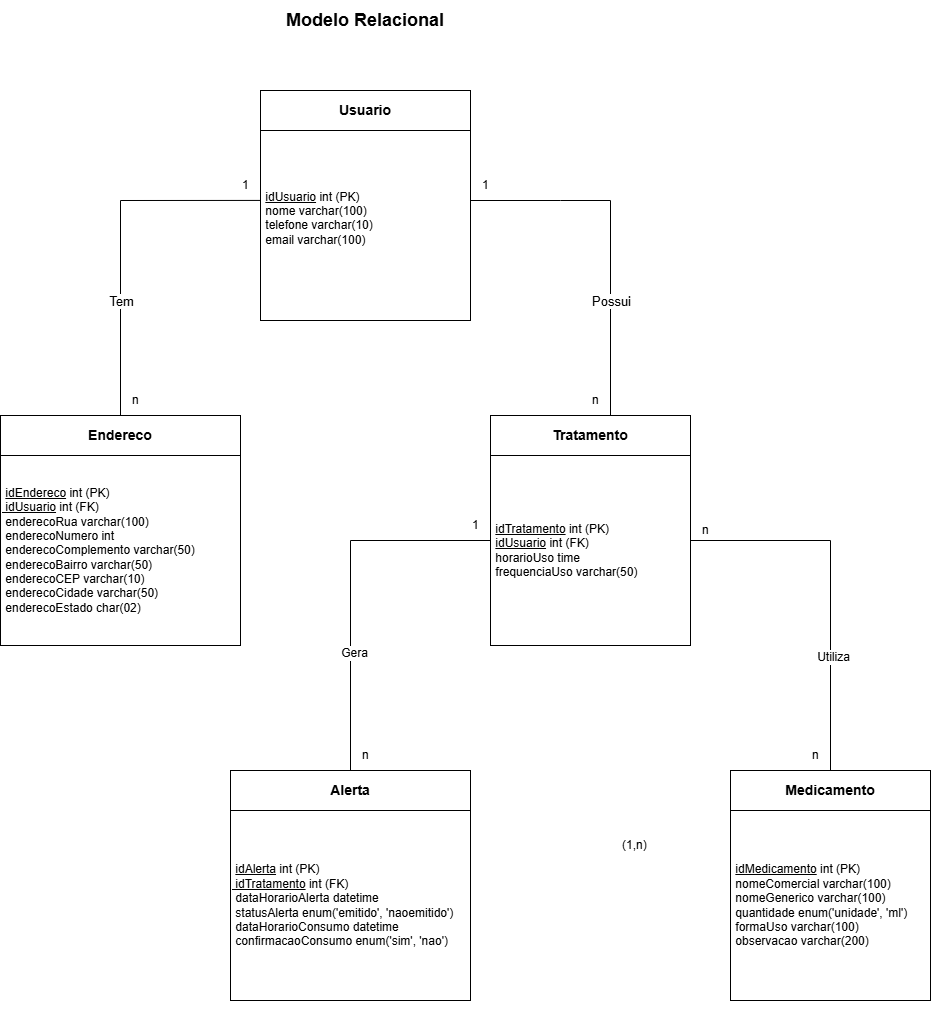
Above: docs/project/diagrams/MR - MedAlerta.png in m9rin/bootcamp_uninter_time5 (draw.io), before the change. Source tidied: cells renumbered, new cells last; positions are measured from the earlier drawing's top-left corner, leaving out a move shared by most shapes. Its diagram source:
```xml
<mxGraphModel>
  <root>
    <mxCell id="0" />
    <mxCell id="1" parent="0" />
    <mxCell id="2" value="&lt;b&gt;&lt;font style=&quot;font-size: 18px;&quot;&gt;Modelo Relacional&lt;/font&gt;&lt;/b&gt;" style="text;html=1;whiteSpace=wrap;strokeColor=none;fillColor=none;align=center;verticalAlign=middle;rounded=0;" parent="1" vertex="1">
      <mxGeometry x="270" width="190" height="40" as="geometry" />
    </mxCell>
    <mxCell id="3" value="&lt;b&gt;&lt;font style=&quot;font-size: 14px;&quot;&gt;Usuario&lt;/font&gt;&lt;/b&gt;" style="rounded=0;whiteSpace=wrap;html=1;" parent="1" vertex="1">
      <mxGeometry x="260" y="90" width="210" height="40" as="geometry" />
    </mxCell>
    <mxCell id="4" value="&lt;span style=&quot;background-color: transparent; color: light-dark(rgb(0, 0, 0), rgb(255, 255, 255));&quot;&gt;&lt;b style=&quot;&quot;&gt;&amp;nbsp;&lt;/b&gt;&lt;u&gt;idUsuario&lt;/u&gt; int (PK)&lt;/span&gt;&lt;br&gt;&lt;span style=&quot;background-color: transparent; color: light-dark(rgb(0, 0, 0), rgb(255, 255, 255));&quot;&gt;&amp;nbsp;nome varchar(100)&lt;/span&gt;&lt;br&gt;&lt;span style=&quot;background-color: transparent; color: light-dark(rgb(0, 0, 0), rgb(255, 255, 255));&quot;&gt;&amp;nbsp;telefone varchar(10)&lt;/span&gt;&lt;br&gt;&lt;span style=&quot;background-color: transparent; color: light-dark(rgb(0, 0, 0), rgb(255, 255, 255));&quot;&gt;&amp;nbsp;email varchar(100)&lt;/span&gt;&lt;br&gt;&lt;span style=&quot;background-color: transparent; color: light-dark(rgb(0, 0, 0), rgb(255, 255, 255));&quot;&gt;&amp;nbsp;&lt;/span&gt;" style="rounded=0;whiteSpace=wrap;html=1;align=left;" parent="1" vertex="1">
      <mxGeometry x="260" y="130" width="210" height="190" as="geometry" />
    </mxCell>
    <mxCell id="5" value="&lt;b&gt;&lt;font style=&quot;font-size: 14px;&quot;&gt;Medicamento&lt;/font&gt;&lt;/b&gt;" style="rounded=0;whiteSpace=wrap;html=1;" parent="1" vertex="1">
      <mxGeometry x="730" y="770" width="200" height="40" as="geometry" />
    </mxCell>
    <mxCell id="6" value="&amp;nbsp;&lt;u&gt;idMedicamento&lt;/u&gt;&amp;nbsp;int (PK)&lt;div&gt;&amp;nbsp;nomeComercial varchar(100)&lt;/div&gt;&lt;div&gt;&amp;nbsp;nomeGenerico varchar(100)&lt;/div&gt;&lt;div&gt;&amp;nbsp;quantidade enum('unidade', 'ml')&lt;/div&gt;&lt;div&gt;&amp;nbsp;formaUso varchar(100)&lt;/div&gt;&lt;div&gt;&amp;nbsp;observacao varchar(200)&lt;/div&gt;" style="rounded=0;whiteSpace=wrap;html=1;align=left;" parent="1" vertex="1">
      <mxGeometry x="730" y="810" width="200" height="190" as="geometry" />
    </mxCell>
    <mxCell id="7" style="edgeStyle=orthogonalEdgeStyle;rounded=0;jettySize=auto;html=1;entryX=0.5;entryY=0;entryDx=0;entryDy=0;" parent="1" edge="1" source="8" target="9">
      <mxGeometry relative="1" as="geometry" />
    </mxCell>
    <mxCell id="8" value="&lt;b&gt;&lt;font style=&quot;font-size: 14px;&quot;&gt;Endereco&lt;/font&gt;&lt;/b&gt;" style="rounded=0;whiteSpace=wrap;html=1;" parent="1" vertex="1">
      <mxGeometry y="415" width="240" height="40" as="geometry" />
    </mxCell>
    <mxCell id="9" value="&amp;nbsp;&lt;u&gt;idEndereco&lt;/u&gt;&amp;nbsp;int (PK)&lt;div&gt;&lt;u&gt;&amp;nbsp;idUsuario&lt;/u&gt;&amp;nbsp;int (FK)&lt;br&gt;&lt;div&gt;&amp;nbsp;&lt;span style=&quot;background-color: transparent; color: light-dark(rgb(0, 0, 0), rgb(255, 255, 255));&quot;&gt;enderecoRua varchar(100)&lt;/span&gt;&lt;br&gt;&lt;/div&gt;&lt;span style=&quot;color: light-dark(rgb(0, 0, 0), rgb(255, 255, 255)); background-color: transparent;&quot;&gt;&amp;nbsp;enderecoNumero int&lt;/span&gt;&lt;br&gt;&lt;span style=&quot;color: light-dark(rgb(0, 0, 0), rgb(255, 255, 255)); background-color: transparent;&quot;&gt;&amp;nbsp;enderecoComplemento varchar(50)&lt;/span&gt;&lt;br&gt;&lt;span style=&quot;color: light-dark(rgb(0, 0, 0), rgb(255, 255, 255)); background-color: transparent;&quot;&gt;&amp;nbsp;enderecoBairro varchar(50)&lt;/span&gt;&lt;br&gt;&lt;span style=&quot;color: light-dark(rgb(0, 0, 0), rgb(255, 255, 255)); background-color: transparent;&quot;&gt;&amp;nbsp;enderecoCEP varchar(10)&lt;/span&gt;&lt;br&gt;&lt;span style=&quot;color: light-dark(rgb(0, 0, 0), rgb(255, 255, 255)); background-color: transparent;&quot;&gt;&amp;nbsp;enderecoCidade varchar(50)&lt;/span&gt;&lt;br&gt;&lt;div&gt;&amp;nbsp;enderecoEstado char(02)&lt;/div&gt;&lt;/div&gt;" style="rounded=0;whiteSpace=wrap;html=1;align=left;" parent="1" vertex="1">
      <mxGeometry y="455" width="240" height="190" as="geometry" />
    </mxCell>
    <mxCell id="10" value="n" style="text;html=1;whiteSpace=wrap;strokeColor=none;fillColor=none;align=left;verticalAlign=middle;rounded=0;" parent="1" vertex="1">
      <mxGeometry x="590" y="385" width="60" height="30" as="geometry" />
    </mxCell>
    <mxCell id="11" value="1" style="text;html=1;whiteSpace=wrap;strokeColor=none;fillColor=none;align=left;verticalAlign=middle;rounded=0;" parent="1" vertex="1">
      <mxGeometry x="470" y="510" width="60" height="30" as="geometry" />
    </mxCell>
    <mxCell id="12" value="&lt;b&gt;&lt;font style=&quot;font-size: 14px;&quot;&gt;Alerta&lt;/font&gt;&lt;/b&gt;" style="rounded=0;whiteSpace=wrap;html=1;" parent="1" vertex="1">
      <mxGeometry x="230" y="770" width="240" height="40" as="geometry" />
    </mxCell>
    <mxCell id="13" value="&amp;nbsp;&lt;u&gt;idAlerta&lt;/u&gt;&amp;nbsp;int (PK)&lt;div&gt;&lt;u&gt;&amp;nbsp;idTratamento&lt;/u&gt;&amp;nbsp;int (FK)&lt;br&gt;&lt;div&gt;&amp;nbsp;&lt;span style=&quot;background-color: transparent; color: light-dark(rgb(0, 0, 0), rgb(255, 255, 255));&quot;&gt;dataHorarioAlerta datetime&lt;/span&gt;&lt;/div&gt;&lt;/div&gt;&lt;div&gt;&amp;nbsp;statusAlerta enum('emitido', 'naoemitido')&lt;/div&gt;&lt;div&gt;&amp;nbsp;dataHorarioConsumo datetime&lt;/div&gt;&lt;div&gt;&amp;nbsp;confirmacaoConsumo enum('sim', 'nao')&lt;/div&gt;" style="rounded=0;whiteSpace=wrap;html=1;align=left;" parent="1" vertex="1">
      <mxGeometry x="230" y="810" width="240" height="190" as="geometry" />
    </mxCell>
    <mxCell id="14" value="(1,n)" style="text;html=1;whiteSpace=wrap;strokeColor=none;fillColor=none;align=left;verticalAlign=middle;rounded=0;" parent="1" vertex="1">
      <mxGeometry x="620" y="830" width="60" height="30" as="geometry" />
    </mxCell>
    <mxCell id="15" style="endArrow=none;html=1;rounded=0;" parent="1" edge="1">
      <mxGeometry relative="1" as="geometry">
        <mxPoint x="120" y="415" as="sourcePoint" />
        <mxPoint x="120" y="200" as="targetPoint" />
      </mxGeometry>
    </mxCell>
    <mxCell id="16" value="Tem" style="edgeLabel;html=1;align=center;verticalAlign=middle;fontSize=13;" parent="15" vertex="1">
      <mxGeometry x="0.53" y="1" relative="1" as="geometry">
        <mxPoint x="1" y="49" as="offset" />
      </mxGeometry>
    </mxCell>
    <mxCell id="17" style="endArrow=none;html=1;rounded=0;entryX=0;entryY=0.368;entryDx=0;entryDy=0;entryPerimeter=0;" parent="1" edge="1" target="4">
      <mxGeometry relative="1" as="geometry">
        <mxPoint x="120" y="200" as="sourcePoint" />
        <Array as="points">
          <mxPoint x="120" y="200" />
        </Array>
      </mxGeometry>
    </mxCell>
    <mxCell id="18" value="&lt;b&gt;&lt;font style=&quot;font-size: 14px;&quot;&gt;Tratamento&lt;/font&gt;&lt;/b&gt;" style="rounded=0;whiteSpace=wrap;html=1;" parent="1" vertex="1">
      <mxGeometry x="490" y="415" width="200" height="40" as="geometry" />
    </mxCell>
    <mxCell id="19" value="&amp;nbsp;&lt;u&gt;idTratamento&lt;/u&gt;&amp;nbsp;int (PK)&lt;div&gt;&amp;nbsp;&lt;u&gt;idUsuario&lt;/u&gt;&amp;nbsp;int (FK)&lt;br&gt;&lt;div&gt;&amp;nbsp;&lt;span style=&quot;background-color: transparent; color: light-dark(rgb(0, 0, 0), rgb(255, 255, 255));&quot;&gt;horarioUso time&lt;/span&gt;&lt;/div&gt;&lt;div&gt;&amp;nbsp;frequenciaUso varchar(50)&lt;/div&gt;&lt;/div&gt;" style="rounded=0;whiteSpace=wrap;html=1;align=left;" parent="1" vertex="1">
      <mxGeometry x="490" y="455" width="200" height="190" as="geometry" />
    </mxCell>
    <mxCell id="20" style="endArrow=none;html=1;rounded=0;entryX=0;entryY=0.368;entryDx=0;entryDy=0;entryPerimeter=0;" parent="1" edge="1">
      <mxGeometry relative="1" as="geometry">
        <mxPoint x="470" y="200" as="sourcePoint" />
        <mxPoint x="610" y="200" as="targetPoint" />
        <Array as="points">
          <mxPoint x="470" y="200" />
          <mxPoint x="560" y="200" />
        </Array>
      </mxGeometry>
    </mxCell>
    <mxCell id="21" style="endArrow=none;html=1;rounded=0;" parent="1" edge="1">
      <mxGeometry relative="1" as="geometry">
        <mxPoint x="610" y="415" as="sourcePoint" />
        <mxPoint x="610" y="200" as="targetPoint" />
      </mxGeometry>
    </mxCell>
    <mxCell id="22" value="Possui" style="edgeLabel;html=1;align=center;verticalAlign=middle;fontSize=13;" parent="21" vertex="1">
      <mxGeometry x="0.53" y="1" relative="1" as="geometry">
        <mxPoint x="1" y="49" as="offset" />
      </mxGeometry>
    </mxCell>
    <mxCell id="23" style="endArrow=none;html=1;rounded=0;" parent="1" edge="1">
      <mxGeometry relative="1" as="geometry">
        <mxPoint x="350" y="770" as="sourcePoint" />
        <mxPoint x="350" y="540" as="targetPoint" />
      </mxGeometry>
    </mxCell>
    <mxCell id="24" value="&lt;font style=&quot;font-size: 12px;&quot;&gt;Gera&lt;/font&gt;" style="edgeLabel;html=1;align=center;verticalAlign=middle;" parent="23" vertex="1">
      <mxGeometry x="0.02" y="-3" relative="1" as="geometry" />
    </mxCell>
    <mxCell id="25" style="endArrow=none;html=1;rounded=0;entryX=0;entryY=0.368;entryDx=0;entryDy=0;entryPerimeter=0;" parent="1" edge="1">
      <mxGeometry relative="1" as="geometry">
        <mxPoint x="350" y="540" as="sourcePoint" />
        <mxPoint x="490" y="540" as="targetPoint" />
        <Array as="points">
          <mxPoint x="350" y="540" />
        </Array>
      </mxGeometry>
    </mxCell>
    <mxCell id="26" style="endArrow=none;html=1;rounded=0;entryX=0;entryY=0.368;entryDx=0;entryDy=0;entryPerimeter=0;" parent="1" edge="1">
      <mxGeometry relative="1" as="geometry">
        <mxPoint x="690" y="540" as="sourcePoint" />
        <mxPoint x="830" y="540" as="targetPoint" />
        <Array as="points">
          <mxPoint x="690" y="540" />
        </Array>
      </mxGeometry>
    </mxCell>
    <mxCell id="27" style="endArrow=none;html=1;rounded=0;" parent="1" edge="1">
      <mxGeometry relative="1" as="geometry">
        <mxPoint x="830" y="770" as="sourcePoint" />
        <mxPoint x="830" y="540" as="targetPoint" />
      </mxGeometry>
    </mxCell>
    <mxCell id="28" value="&lt;font style=&quot;font-size: 12px;&quot;&gt;Utiliza&lt;/font&gt;" style="edgeLabel;html=1;align=center;verticalAlign=middle;" parent="27" vertex="1">
      <mxGeometry x="-0.01" y="-2" relative="1" as="geometry" />
    </mxCell>
    <mxCell id="29" value="1" style="text;html=1;whiteSpace=wrap;strokeColor=none;fillColor=none;align=left;verticalAlign=middle;rounded=0;" parent="1" vertex="1">
      <mxGeometry x="240" y="170" width="60" height="30" as="geometry" />
    </mxCell>
    <mxCell id="30" value="n" style="text;html=1;whiteSpace=wrap;strokeColor=none;fillColor=none;align=left;verticalAlign=middle;rounded=0;" parent="1" vertex="1">
      <mxGeometry x="130" y="385" width="60" height="30" as="geometry" />
    </mxCell>
    <mxCell id="31" value="1" style="text;html=1;whiteSpace=wrap;strokeColor=none;fillColor=none;align=left;verticalAlign=middle;rounded=0;" parent="1" vertex="1">
      <mxGeometry x="480" y="170" width="60" height="30" as="geometry" />
    </mxCell>
    <mxCell id="32" value="n" style="text;html=1;whiteSpace=wrap;strokeColor=none;fillColor=none;align=left;verticalAlign=middle;rounded=0;" parent="1" vertex="1">
      <mxGeometry x="360" y="740" width="60" height="30" as="geometry" />
    </mxCell>
    <mxCell id="33" value="n" style="text;html=1;whiteSpace=wrap;strokeColor=none;fillColor=none;align=left;verticalAlign=middle;rounded=0;" parent="1" vertex="1">
      <mxGeometry x="700" y="515" width="60" height="30" as="geometry" />
    </mxCell>
    <mxCell id="34" value="n" style="text;html=1;whiteSpace=wrap;strokeColor=none;fillColor=none;align=left;verticalAlign=middle;rounded=0;" parent="1" vertex="1">
      <mxGeometry x="810" y="740" width="60" height="30" as="geometry" />
    </mxCell>
  </root>
</mxGraphModel>
```
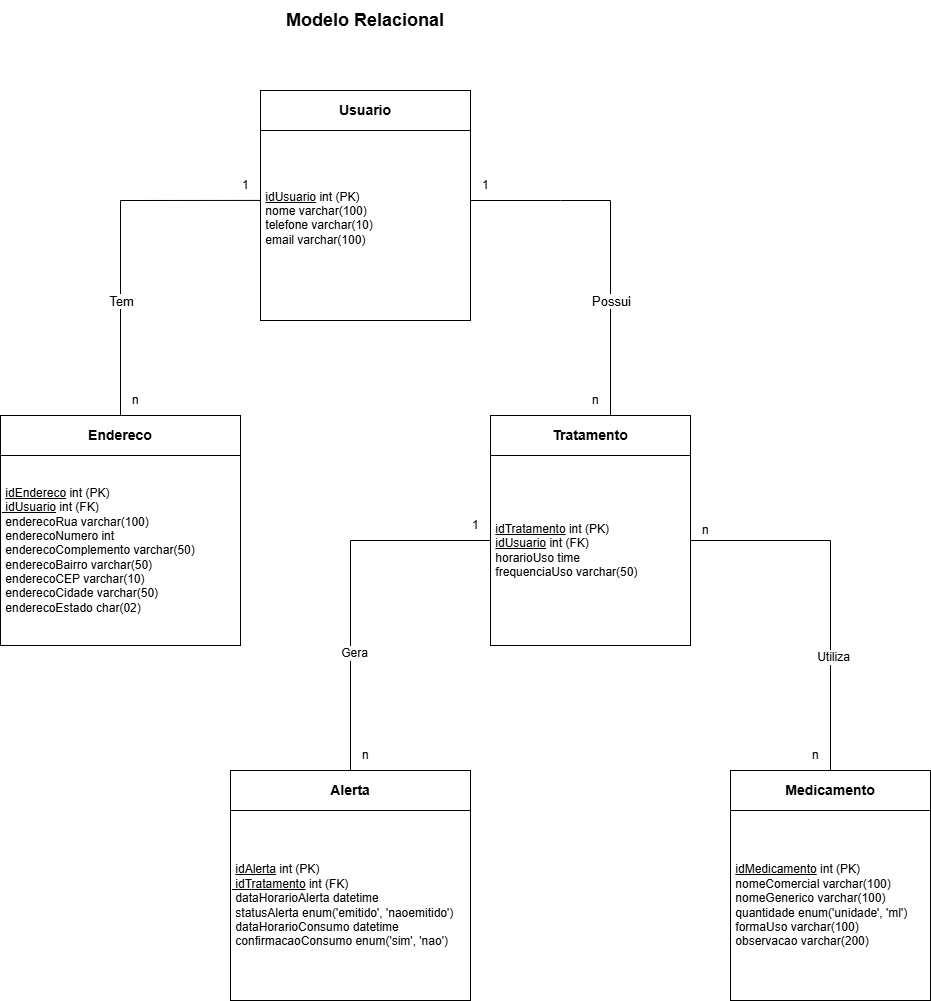
Later version of the same file.

Commit message:
correção erro MR

Diff of the diagram source:
```diff
@@ -38,9 +38,6 @@
     <mxCell id="13" value="&amp;nbsp;&lt;u&gt;idAlerta&lt;/u&gt;&amp;nbsp;int (PK)&lt;div&gt;&lt;u&gt;&amp;nbsp;idTratamento&lt;/u&gt;&amp;nbsp;int (FK)&lt;br&gt;&lt;div&gt;&amp;nbsp;&lt;span style=&quot;background-color: transparent; color: light-dark(rgb(0, 0, 0), rgb(255, 255, 255));&quot;&gt;dataHorarioAlerta datetime&lt;/span&gt;&lt;/div&gt;&lt;/div&gt;&lt;div&gt;&amp;nbsp;statusAlerta enum('emitido', 'naoemitido')&lt;/div&gt;&lt;div&gt;&amp;nbsp;dataHorarioConsumo datetime&lt;/div&gt;&lt;div&gt;&amp;nbsp;confirmacaoConsumo enum('sim', 'nao')&lt;/div&gt;" style="rounded=0;whiteSpace=wrap;html=1;align=left;" parent="1" vertex="1">
       <mxGeometry x="230" y="810" width="240" height="190" as="geometry" />
     </mxCell>
-    <mxCell id="14" value="(1,n)" style="text;html=1;whiteSpace=wrap;strokeColor=none;fillColor=none;align=left;verticalAlign=middle;rounded=0;" parent="1" vertex="1">
-      <mxGeometry x="620" y="830" width="60" height="30" as="geometry" />
-    </mxCell>
     <mxCell id="15" style="endArrow=none;html=1;rounded=0;" parent="1" edge="1">
       <mxGeometry relative="1" as="geometry">
         <mxPoint x="120" y="415" as="sourcePoint" />
```
